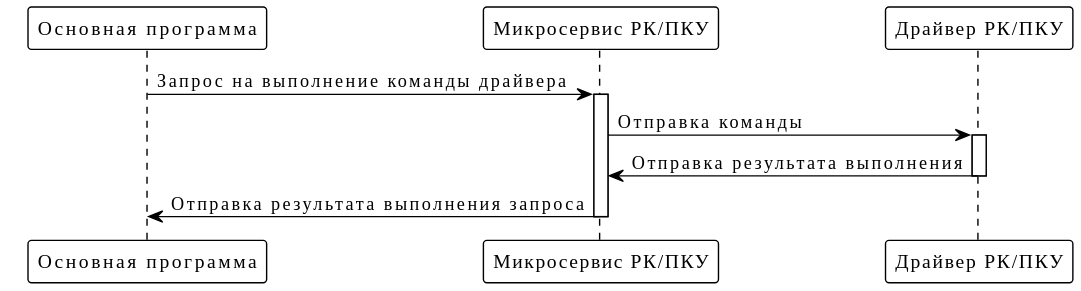
Before: pku/sequence_diagram/sequence.svg, a diagram exported from PlantUML (iFriZer0/practice2026). The source it was exported from:
```plantuml
@startuml
!theme plain

participant "Основная программа" as GUI
participant "Микросервис РК/ПКУ" as PkuService
participant "Драйвер РК/ПКУ" as PkuDriver

GUI -> PkuService: Запрос на выполнение команды драйвера
activate PkuService
PkuService -> PkuDriver: Отправка команды
activate PkuDriver
PkuDriver -> PkuService: Отправка результата выполнения
deactivate PkuDriver
PkuService -> GUI: Отправка результата выполнения запроса
deactivate PkuService
@enduml
```
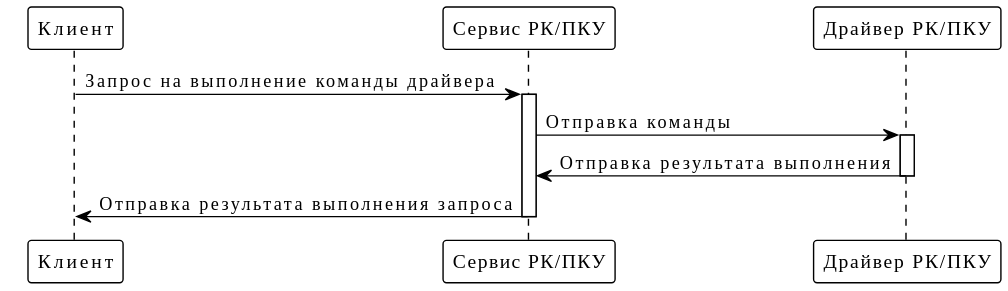
The same diagram one commit later.

Commit message:
Microservices were renamed in sequence diagram.

The edit, as a diff of the source:
```diff
@@ -1,8 +1,8 @@
 @startuml
 !theme plain
 
-participant "Основная программа" as GUI
-participant "Микросервис РК/ПКУ" as PkuService
+participant "Клиент" as GUI
+participant "Сервис РК/ПКУ" as PkuService
 participant "Драйвер РК/ПКУ" as PkuDriver
 
 GUI -> PkuService: Запрос на выполнение команды драйвера
```
